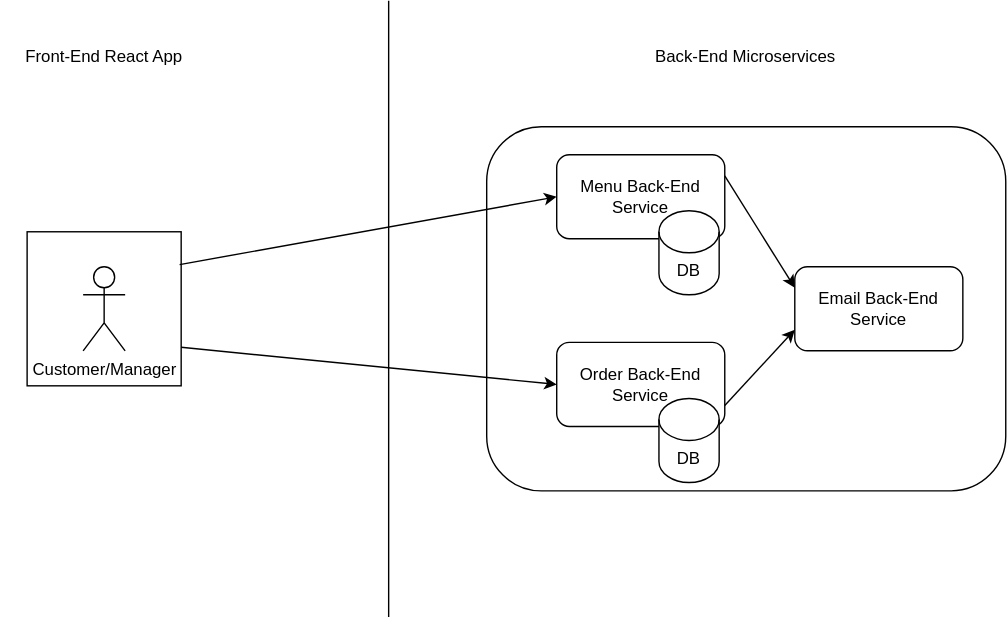
Above: Food App Back-End Domain.svg in gauravuq/Food-App-Back-End (draw.io), before the change. Source tidied: cells renumbered, new cells last; positions are measured from the earlier drawing's top-left corner, leaving out a move shared by most shapes.
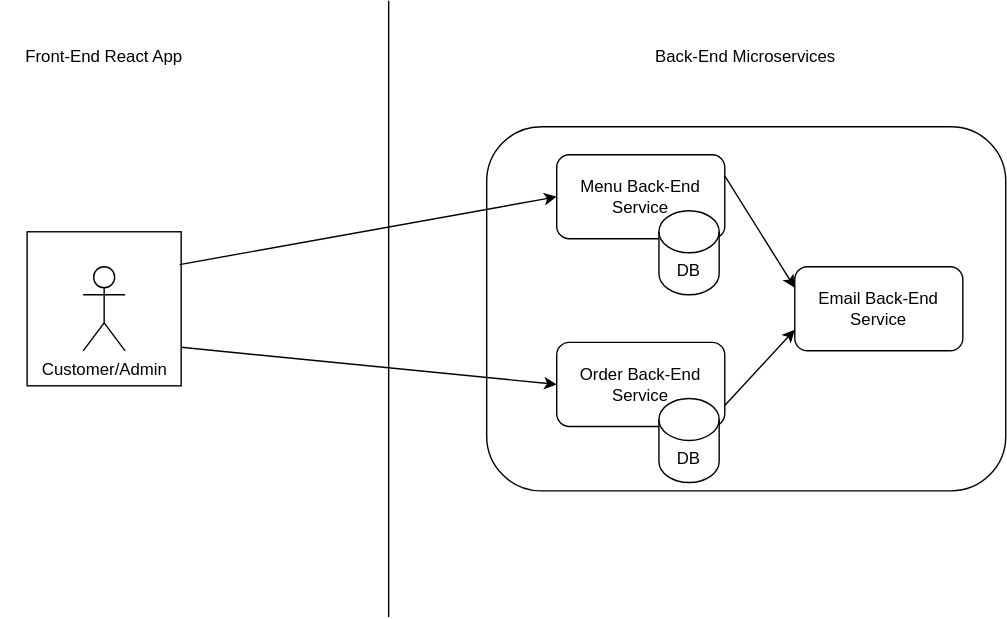
Later version of the same file.

Change to the diagram source:
```diff
@@ -41,7 +41,7 @@
     <mxCell id="13" style="endArrow=classic;html=1;exitX=1;exitY=0.75;exitDx=0;exitDy=0;entryX=0;entryY=0.5;entryDx=0;entryDy=0;" parent="1" edge="1" source="7" target="4">
       <mxGeometry relative="1" as="geometry" />
     </mxCell>
-    <mxCell id="14" value="Customer/Manager" style="shape=umlActor;verticalLabelPosition=bottom;verticalAlign=top;html=1;" parent="1" vertex="1">
+    <mxCell id="14" value="Customer/Admin" style="shape=umlActor;verticalLabelPosition=bottom;verticalAlign=top;html=1;" parent="1" vertex="1">
       <mxGeometry x="58.8" y="190" width="30" height="60" as="geometry" />
     </mxCell>
     <mxCell id="15" value="DB" style="shape=cylinder3;whiteSpace=wrap;html=1;boundedLbl=1;backgroundOutline=1;size=15;" parent="1" vertex="1">
```
